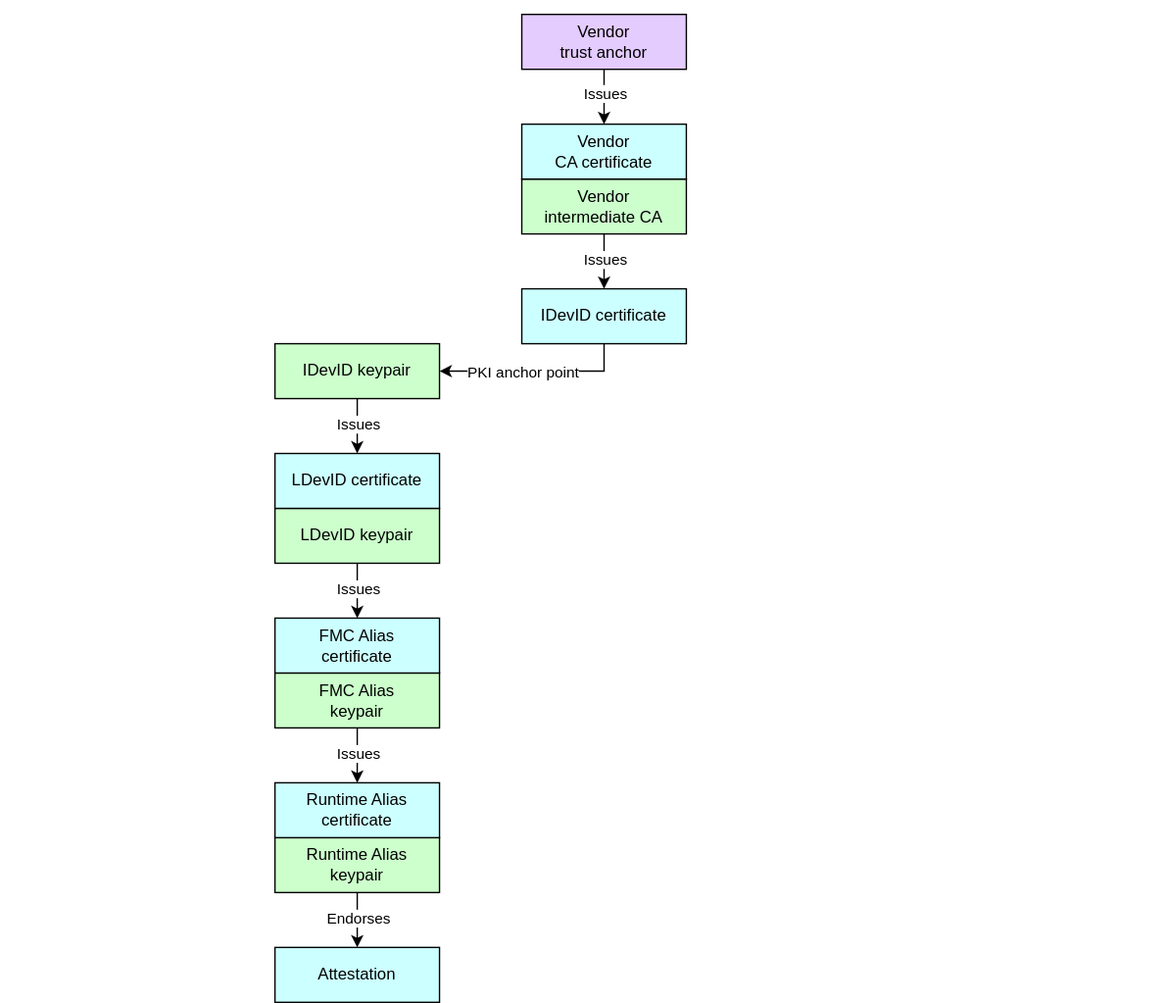
opencomputeproject/Security keeps this draw.io diagram as specifications/device-trust-anchor-management/diagrams/device_cert_hierarchy.drawio.svg. Above is the earlier version. Source tidied: cells renumbered, new cells last; positions are measured from the earlier drawing's top-left corner, leaving out a move shared by most shapes.
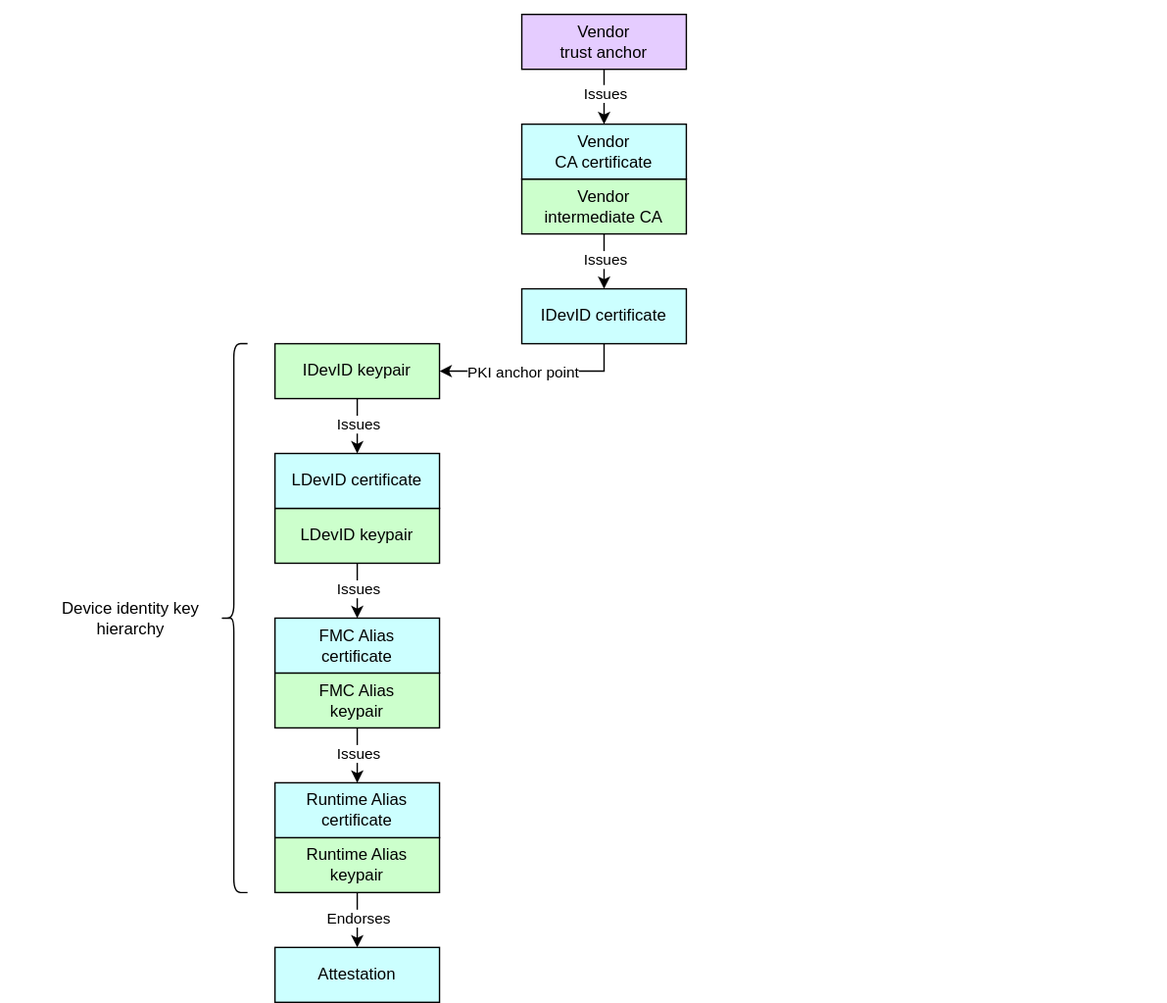
Later version of the same file.

Commit message:
Label device identity key hierarchy in diagrams.

What changed in the source:
```diff
@@ -98,5 +98,11 @@
     <mxCell id="29" style="rounded=0;whiteSpace=wrap;html=1;align=center;verticalAlign=middle;shadow=0;glass=0;spacingLeft=0;spacingBottom=0;spacingTop=0;fillColor=#FFFFFF;fontSize=10;strokeColor=#FFFFFF;" parent="1" vertex="1">
       <mxGeometry x="760" width="90" height="20" as="geometry" />
     </mxCell>
+    <mxCell id="30" style="shape=curlyBracket;whiteSpace=wrap;html=1;rounded=1;labelPosition=left;verticalLabelPosition=middle;align=right;verticalAlign=middle;" parent="1" vertex="1">
+      <mxGeometry x="160" y="250" width="20" height="400" as="geometry" />
+    </mxCell>
+    <mxCell id="31" value="Device identity key hierarchy" style="text;strokeColor=none;align=center;fillColor=none;html=1;verticalAlign=middle;whiteSpace=wrap;rounded=0;" parent="1" vertex="1">
+      <mxGeometry x="40" y="435" width="110" height="30" as="geometry" />
+    </mxCell>
   </root>
 </mxGraphModel>
```
